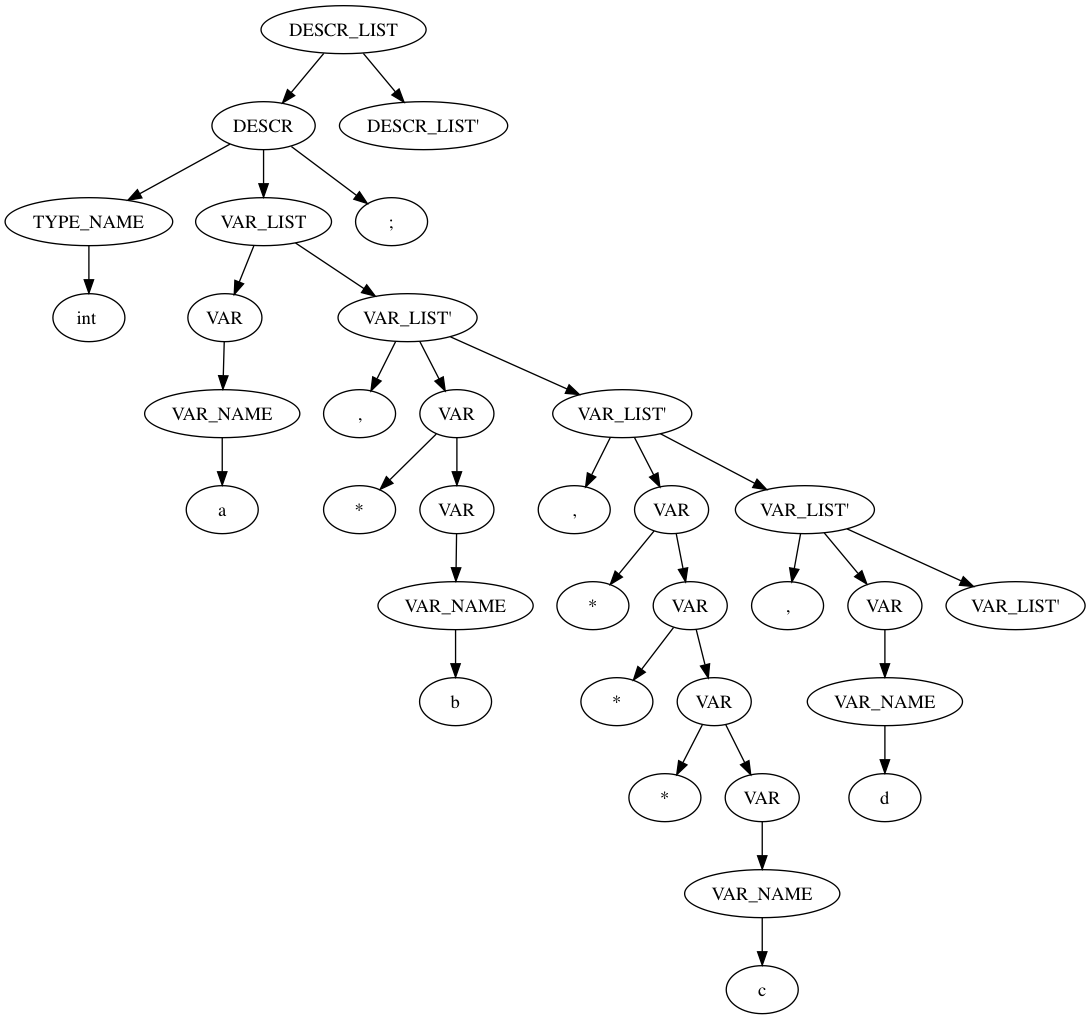
Before: Task2/tree.png, a diagram exported from Graphviz (Veirisa/MethodsOfTranslation). Its source is kept beside it as Task2/tree.dot.
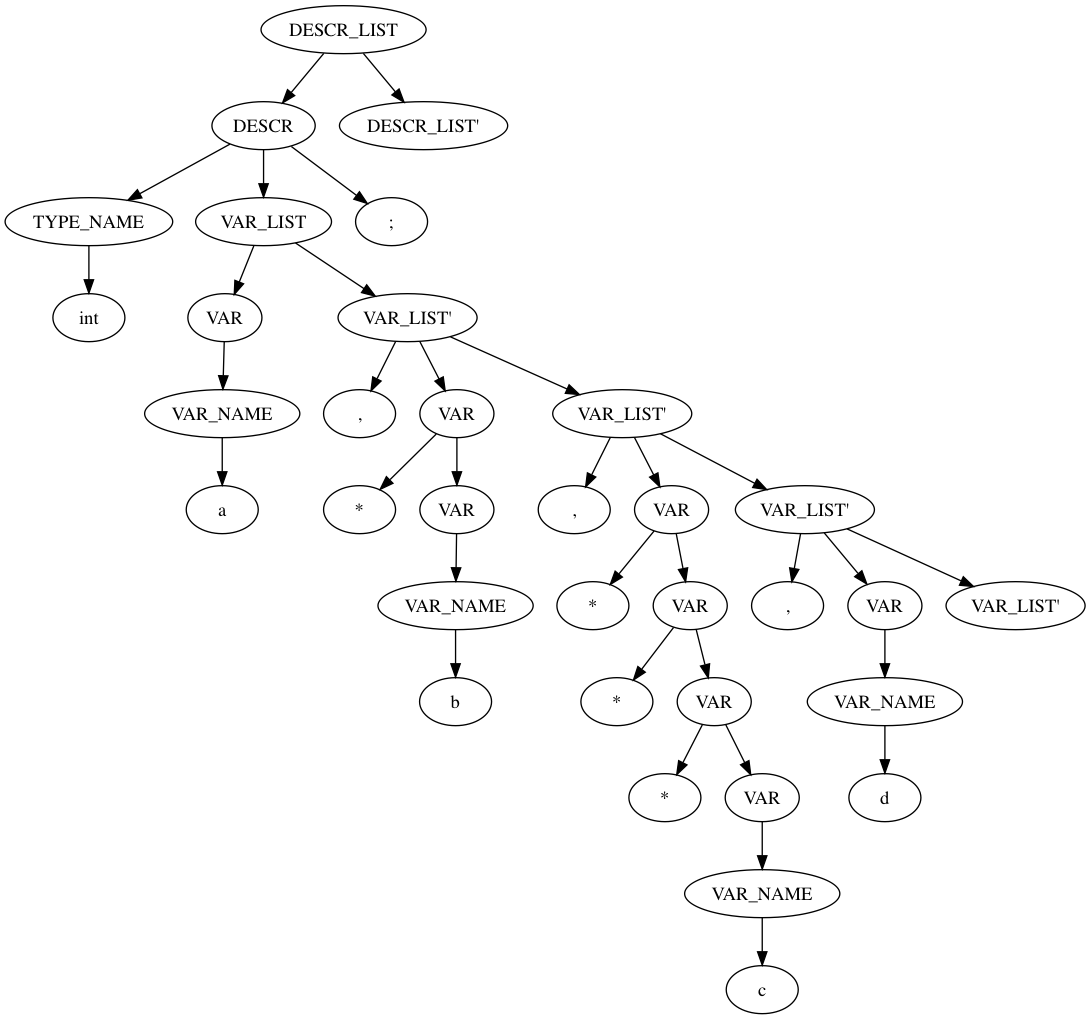
After the commit.

Change to the diagram source:
```diff
@@ -2,7 +2,7 @@
 1[label = "DESCR_LIST"]
 2[label = "DESCR"]
 3[label = "TYPE_NAME"]
-4[label = "int "]
+4[label = "int"]
 3 -> 4;
 2 -> 3;
 5[label = "VAR_LIST"]
```
